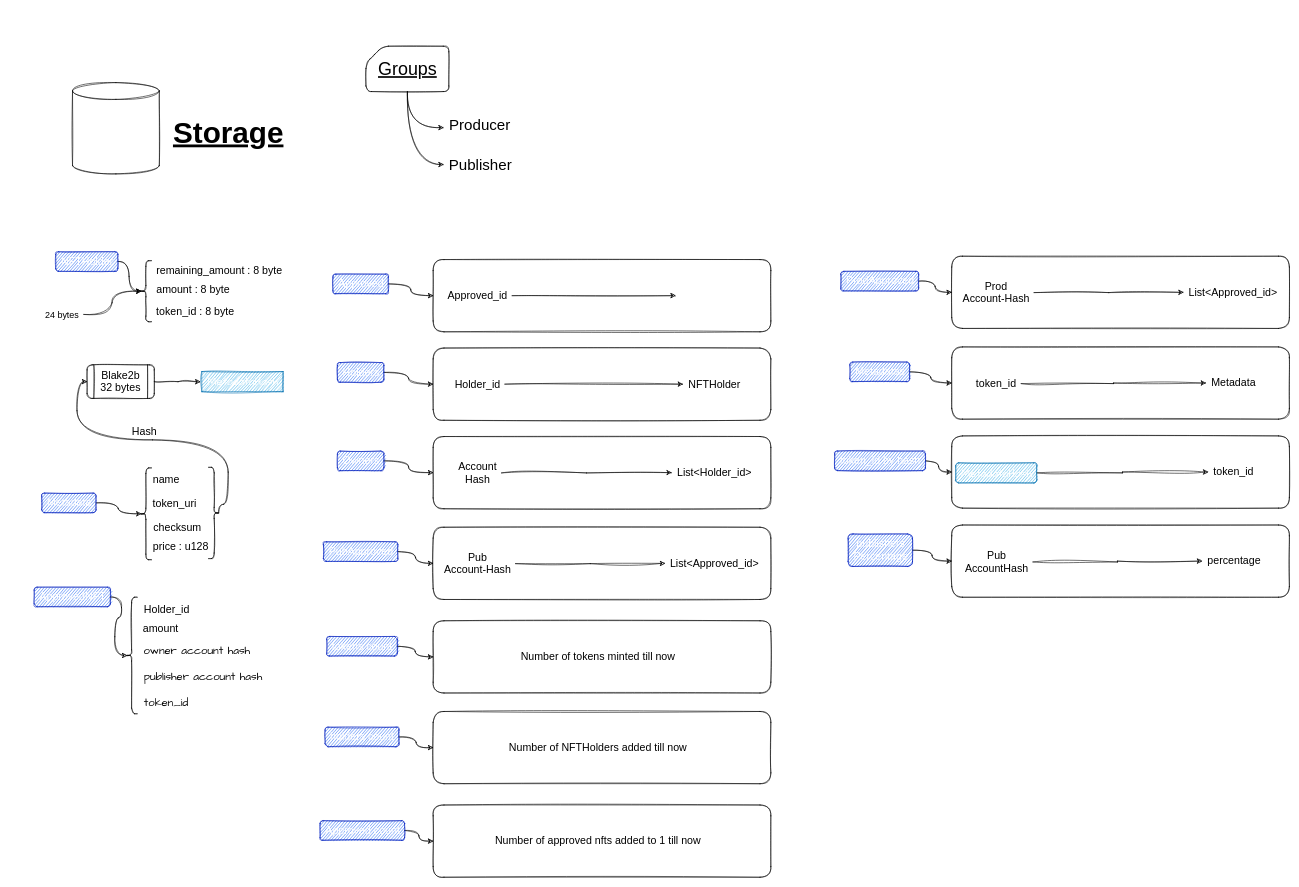
Earlier version of the draw.io diagram LOL.drawio (k3rn3lpanicc/NDPC-SmartContract). Source tidied: cells renumbered, new cells numbered last; positions are measured from the earlier drawing's top-left corner, leaving out a move shared by most shapes. Both pictures are drawn from the tidied source at 56%, with x=0, y=0 at pixel (34, 46).
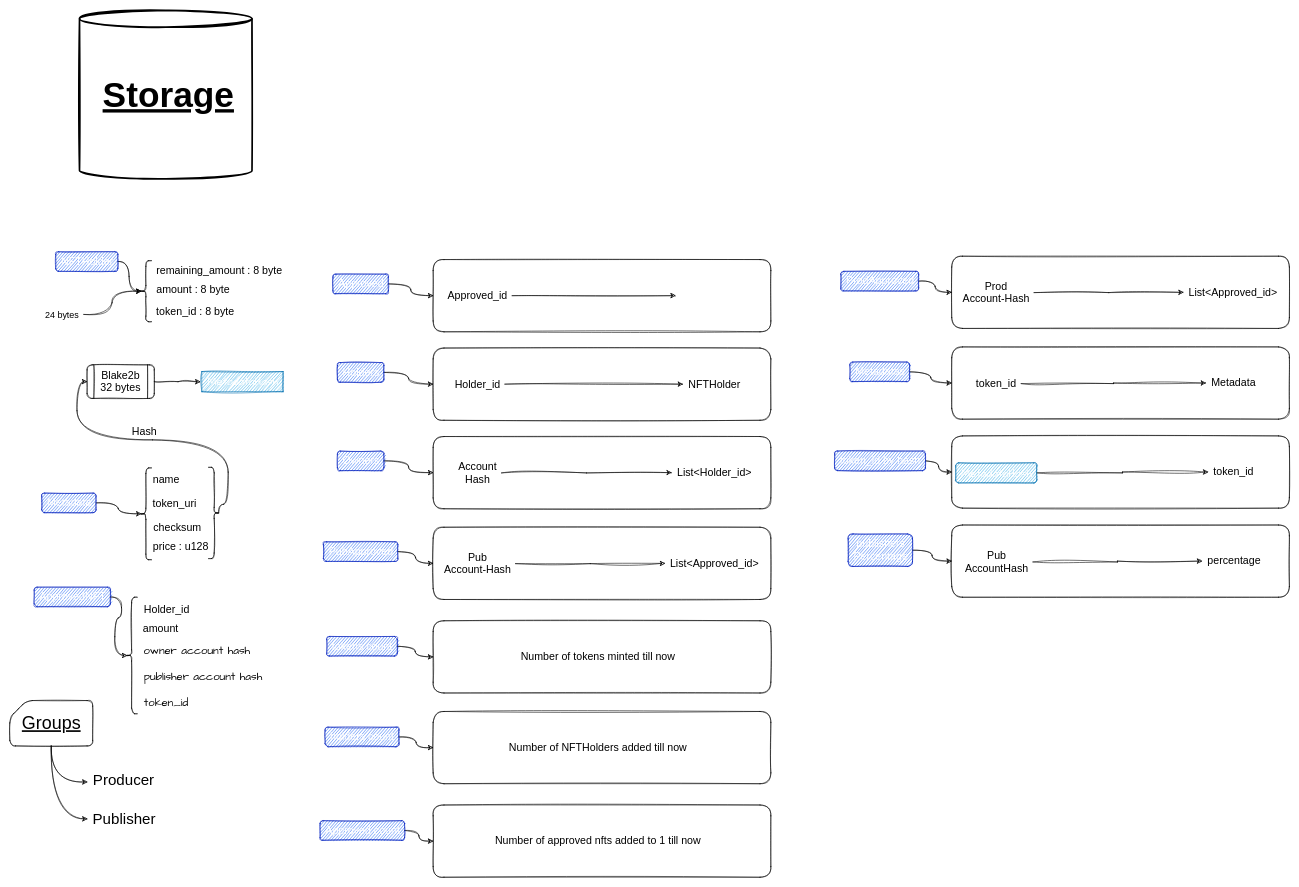
The same diagram, later.

Change to the diagram source:
```diff
@@
-    <mxCell id="2" style="shape=cylinder3;whiteSpace=wrap;html=1;boundedLbl=1;backgroundOutline=1;size=15;rounded=1;fillColor=none;fontColor=#ffffff;strokeColor=default;shadow=0;sketch=1;" parent="1" vertex="1">
-      <mxGeometry x="68" y="65" width="155" height="163" as="geometry" />
+    <mxCell id="2" style="shape=cylinder3;whiteSpace=wrap;html=1;boundedLbl=1;backgroundOutline=1;size=15;rounded=1;fillColor=none;fontColor=#ffffff;strokeColor=default;shadow=0;sketch=1;strokeWidth=3;" parent="1" vertex="1">
+      <mxGeometry x="80.5" y="-64" width="308" height="301" as="geometry" />
     </mxCell>
-    <mxCell id="3" value="&lt;b style=&quot;font-size: 53px;&quot;&gt;&lt;u style=&quot;font-size: 53px;&quot;&gt;&lt;font style=&quot;font-size: 53px;&quot;&gt;Storage&lt;/font&gt;&lt;/u&gt;&lt;/b&gt;" style="text;html=1;align=center;verticalAlign=middle;strokeColor=none;fillColor=none;rounded=1;fontSize=53;glass=0;shadow=0;sketch=1;" parent="1" vertex="1">
-      <mxGeometry x="238" y="116" width="215" height="76" as="geometry" />
+    <mxCell id="3" value="&lt;b style=&quot;font-size: 63px;&quot;&gt;&lt;u style=&quot;font-size: 63px;&quot;&gt;&lt;font style=&quot;font-size: 63px;&quot;&gt;Storage&lt;/font&gt;&lt;/u&gt;&lt;/b&gt;" style="text;html=1;align=center;verticalAlign=middle;strokeColor=none;fillColor=none;rounded=1;fontSize=63;glass=0;shadow=0;sketch=1;strokeWidth=3;" parent="1" vertex="1">
+      <mxGeometry x="112" y="42.5" width="253" height="88" as="geometry" />
     </mxCell>
@@
     <mxCell id="24" value="Groups" style="text;html=1;align=center;verticalAlign=middle;strokeColor=none;fillColor=none;fontSize=32;fontStyle=4;sketch=1;rounded=1;" parent="1" vertex="1">
-      <mxGeometry x="604.5" y="15.5" width="123" height="50" as="geometry" />
+      <mxGeometry x="-31.5" y="1184" width="123" height="50" as="geometry" />
     </mxCell>
     <mxCell id="25" value="Producer" style="text;html=1;align=center;verticalAlign=middle;points=[];strokeColor=none;fillColor=none;fontSize=27;sketch=1;rounded=1;" parent="1" vertex="1">
-      <mxGeometry x="730.5" y="119" width="128" height="44" as="geometry" />
+      <mxGeometry x="94.5" y="1287.5" width="128" height="44" as="geometry" />
     </mxCell>
     <mxCell id="26" value="Publisher" style="text;html=1;align=center;verticalAlign=middle;points=[];strokeColor=none;fillColor=none;fontSize=27;sketch=1;rounded=1;" parent="1" vertex="1">
-      <mxGeometry x="730.5" y="189.5" width="131" height="44" as="geometry" />
+      <mxGeometry x="94.5" y="1358" width="131" height="44" as="geometry" />
     </mxCell>
@@
     <mxCell id="29" style="shape=card;whiteSpace=wrap;html=1;rounded=1;shadow=0;glass=0;strokeColor=default;fontSize=27;fillColor=none;gradientColor=default;sketch=1;" parent="1" vertex="1">
-      <mxGeometry x="592" width="148" height="81" as="geometry" />
+      <mxGeometry x="-44" y="1168.5" width="148" height="81" as="geometry" />
     </mxCell>
```
